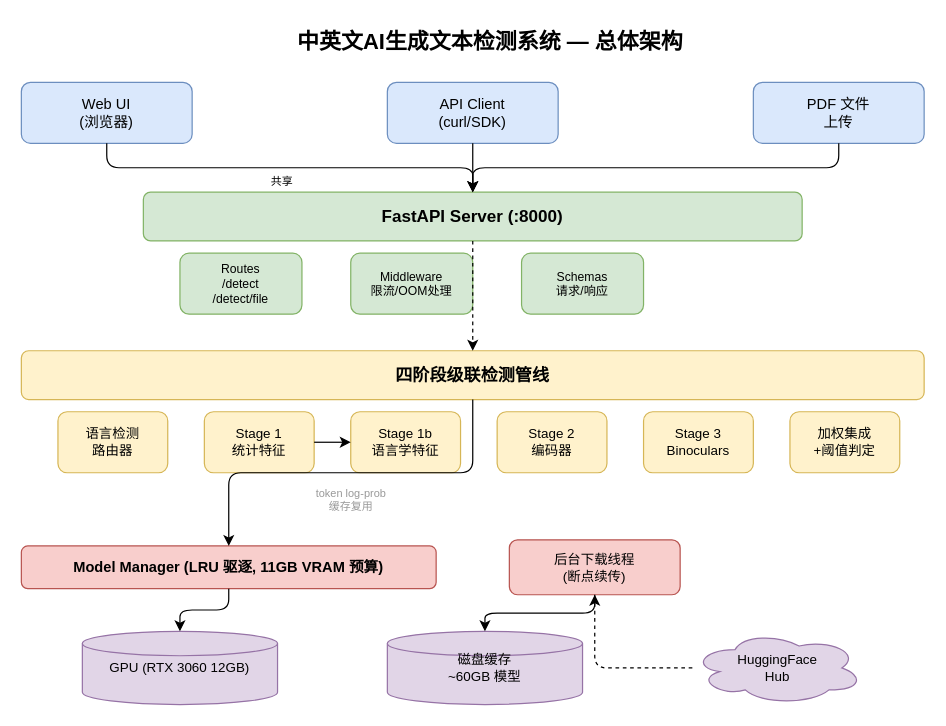
Before: docs/diagrams/01-system-architecture.drawio in kylecui/AIGC_Detector, a draw.io diagram. Source tidied: cells renumbered, new cells numbered last; positions are measured from the earlier drawing's top-left corner, leaving out a move shared by most shapes. Both pictures are drawn from the tidied source at 122%, with x=0, y=0 at pixel (21, 21).
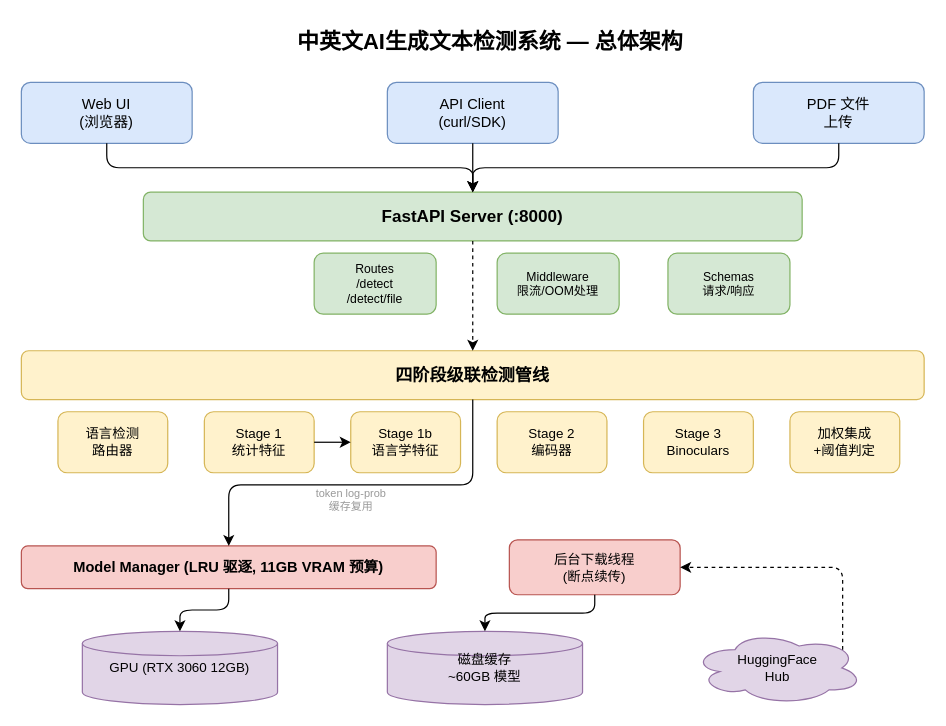
The same page after the edit.

Unchanged cells that the change refers to:
```xml
<mxCell id="10" value="四阶段级联检测管线" style="rounded=1;whiteSpace=wrap;html=1;fillColor=#fff2cc;strokeColor=#d6b656;fontSize=14;fontStyle=1;" parent="1" vertex="1">
  <mxGeometry y="270" width="740" height="40" as="geometry" />
</mxCell>
<mxCell id="18" value="Model Manager (LRU 驱逐, 11GB VRAM 预算)" style="rounded=1;whiteSpace=wrap;html=1;fillColor=#f8cecc;strokeColor=#b85450;fontSize=12;fontStyle=1;" parent="1" vertex="1">
  <mxGeometry y="430" width="340" height="35" as="geometry" />
</mxCell>
<mxCell id="19" value="后台下载线程&#10;(断点续传)" style="rounded=1;whiteSpace=wrap;html=1;fillColor=#f8cecc;strokeColor=#b85450;fontSize=11;" parent="1" vertex="1">
  <mxGeometry x="400" y="425" width="140" height="45" as="geometry" />
</mxCell>
<mxCell id="22" value="HuggingFace&#10;Hub" style="shape=cloud;whiteSpace=wrap;html=1;fillColor=#e1d5e7;strokeColor=#9673a6;fontSize=11;" parent="1" vertex="1">
  <mxGeometry x="550" y="500" width="140" height="60" as="geometry" />
</mxCell>
<mxCell id="23" style="edgeStyle=orthogonalEdgeStyle;" parent="1" edge="1" source="3" target="6">
  <mxGeometry relative="1" as="geometry" />
</mxCell>
```

What changed in the source:
```diff
@@
     <mxCell id="7" value="Routes&#10;/detect&#10;/detect/file" style="rounded=1;whiteSpace=wrap;html=1;fillColor=#d5e8d4;strokeColor=#82b366;fontSize=10;" parent="1" vertex="1">
-      <mxGeometry x="130" y="190" width="100" height="50" as="geometry" />
+      <mxGeometry x="240" y="190" width="100" height="50" as="geometry" />
     </mxCell>
     <mxCell id="8" value="Middleware&#10;限流/OOM处理" style="rounded=1;whiteSpace=wrap;html=1;fillColor=#d5e8d4;strokeColor=#82b366;fontSize=10;" parent="1" vertex="1">
-      <mxGeometry x="270" y="190" width="100" height="50" as="geometry" />
+      <mxGeometry x="390" y="190" width="100" height="50" as="geometry" />
     </mxCell>
     <mxCell id="9" value="Schemas&#10;请求/响应" style="rounded=1;whiteSpace=wrap;html=1;fillColor=#d5e8d4;strokeColor=#82b366;fontSize=10;" parent="1" vertex="1">
-      <mxGeometry x="410" y="190" width="100" height="50" as="geometry" />
+      <mxGeometry x="530" y="190" width="100" height="50" as="geometry" />
     </mxCell>
@@
-    <mxCell id="28" value="共享" style="edgeLabel;html=1;fontSize=9;" parent="23" vertex="1">
-      <mxGeometry x="-0.1" relative="1" as="geometry" />
-    </mxCell>
     <mxCell id="29" style="edgeStyle=orthogonalEdgeStyle;" parent="1" edge="1" source="10" target="18">
-      <mxGeometry relative="1" as="geometry" />
+      <mxGeometry relative="1" as="geometry">
+        <Array as="points">
+          <mxPoint x="370" y="380" />
+          <mxPoint x="170" y="380" />
+        </Array>
+      </mxGeometry>
     </mxCell>
@@
-    <mxCell id="32" style="edgeStyle=orthogonalEdgeStyle;dashed=1;" parent="1" edge="1" source="22" target="19">
-      <mxGeometry relative="1" as="geometry" />
+    <mxCell id="32" style="edgeStyle=orthogonalEdgeStyle;dashed=1;entryX=1;entryY=0.5;entryDx=0;entryDy=0;exitX=0.88;exitY=0.25;exitDx=0;exitDy=0;exitPerimeter=0;" parent="1" edge="1" source="22" target="19">
+      <mxGeometry relative="1" as="geometry">
+        <Array as="points">
+          <mxPoint x="673" y="448" />
+        </Array>
+      </mxGeometry>
     </mxCell>
```
